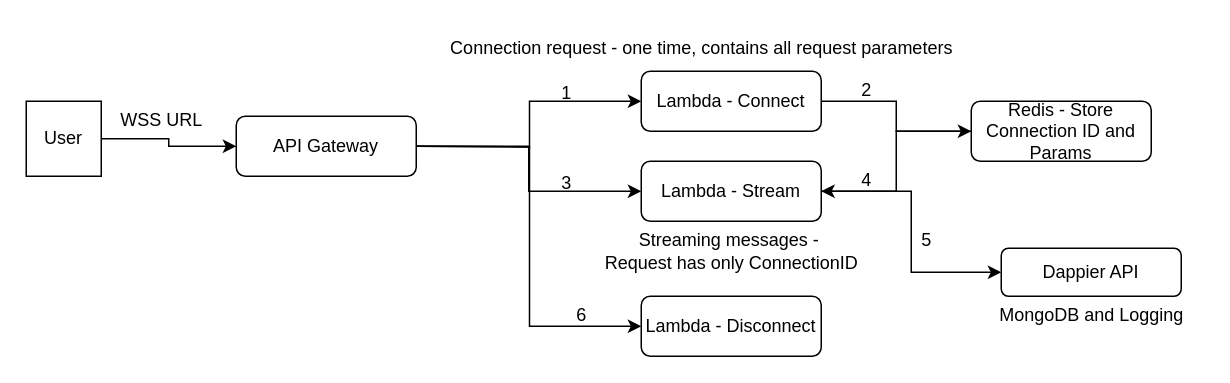
Above: utilities/Untitled Diagram.drawio in bloodyburger/datanix (draw.io), before the change. Source tidied: cells renumbered, new cells numbered last; positions are measured from the earlier drawing's top-left corner, leaving out a move shared by most shapes. Both pictures are drawn from the tidied source at 150%, with x=0, y=0 at pixel (26, 26).
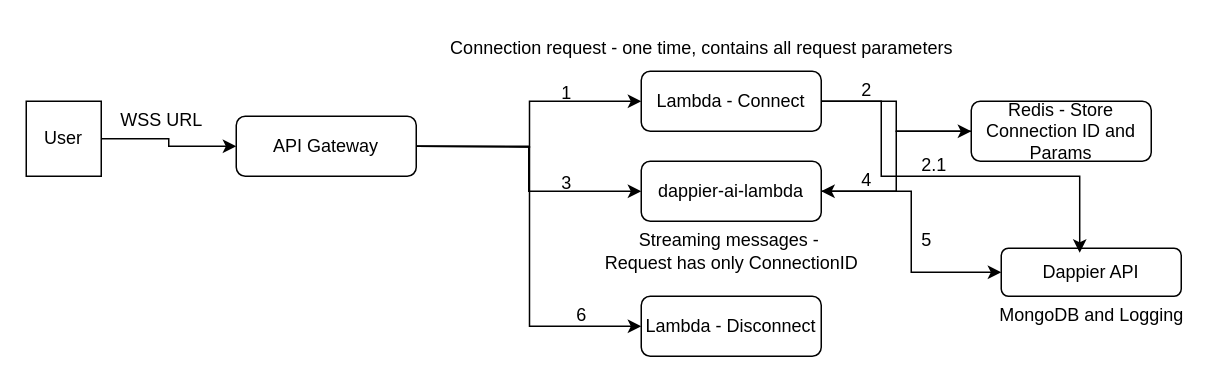
Above is the later version.

The change refers to these unchanged cells:
```xml
<mxCell id="7" value="Lambda - Connect" style="rounded=1;whiteSpace=wrap;html=1;" parent="1" vertex="1">
  <mxGeometry x="410" y="30" width="120" height="40" as="geometry" />
</mxCell>
<mxCell id="23" value="Dappier API" style="rounded=1;whiteSpace=wrap;html=1;" parent="1" vertex="1">
  <mxGeometry x="650" y="148" width="120" height="32" as="geometry" />
</mxCell>
```

The edit, as a diff of the source:
```diff
@@
-    <mxCell id="9" value="Lambda - Stream" style="rounded=1;whiteSpace=wrap;html=1;" parent="1" vertex="1">
+    <mxCell id="9" value="dappier-ai-lambda" style="rounded=1;whiteSpace=wrap;html=1;" parent="1" vertex="1">
       <mxGeometry x="410" y="90" width="120" height="40" as="geometry" />
     </mxCell>
@@
+    <mxCell id="26" style="edgeStyle=orthogonalEdgeStyle;rounded=0;jettySize=auto;html=1;entryX=0.436;entryY=0.094;entryDx=0;entryDy=0;entryPerimeter=0;" parent="1" edge="1" source="7" target="23">
+      <mxGeometry relative="1" as="geometry">
+        <Array as="points">
+          <mxPoint x="570" y="50" />
+          <mxPoint x="570" y="100" />
+          <mxPoint x="702" y="100" />
+        </Array>
+      </mxGeometry>
+    </mxCell>
+    <mxCell id="27" value="2.1" style="text;html=1;align=center;verticalAlign=middle;strokeColor=none;fillColor=none;" parent="1" vertex="1">
+      <mxGeometry x="585" y="78" width="40" height="30" as="geometry" />
+    </mxCell>
```
